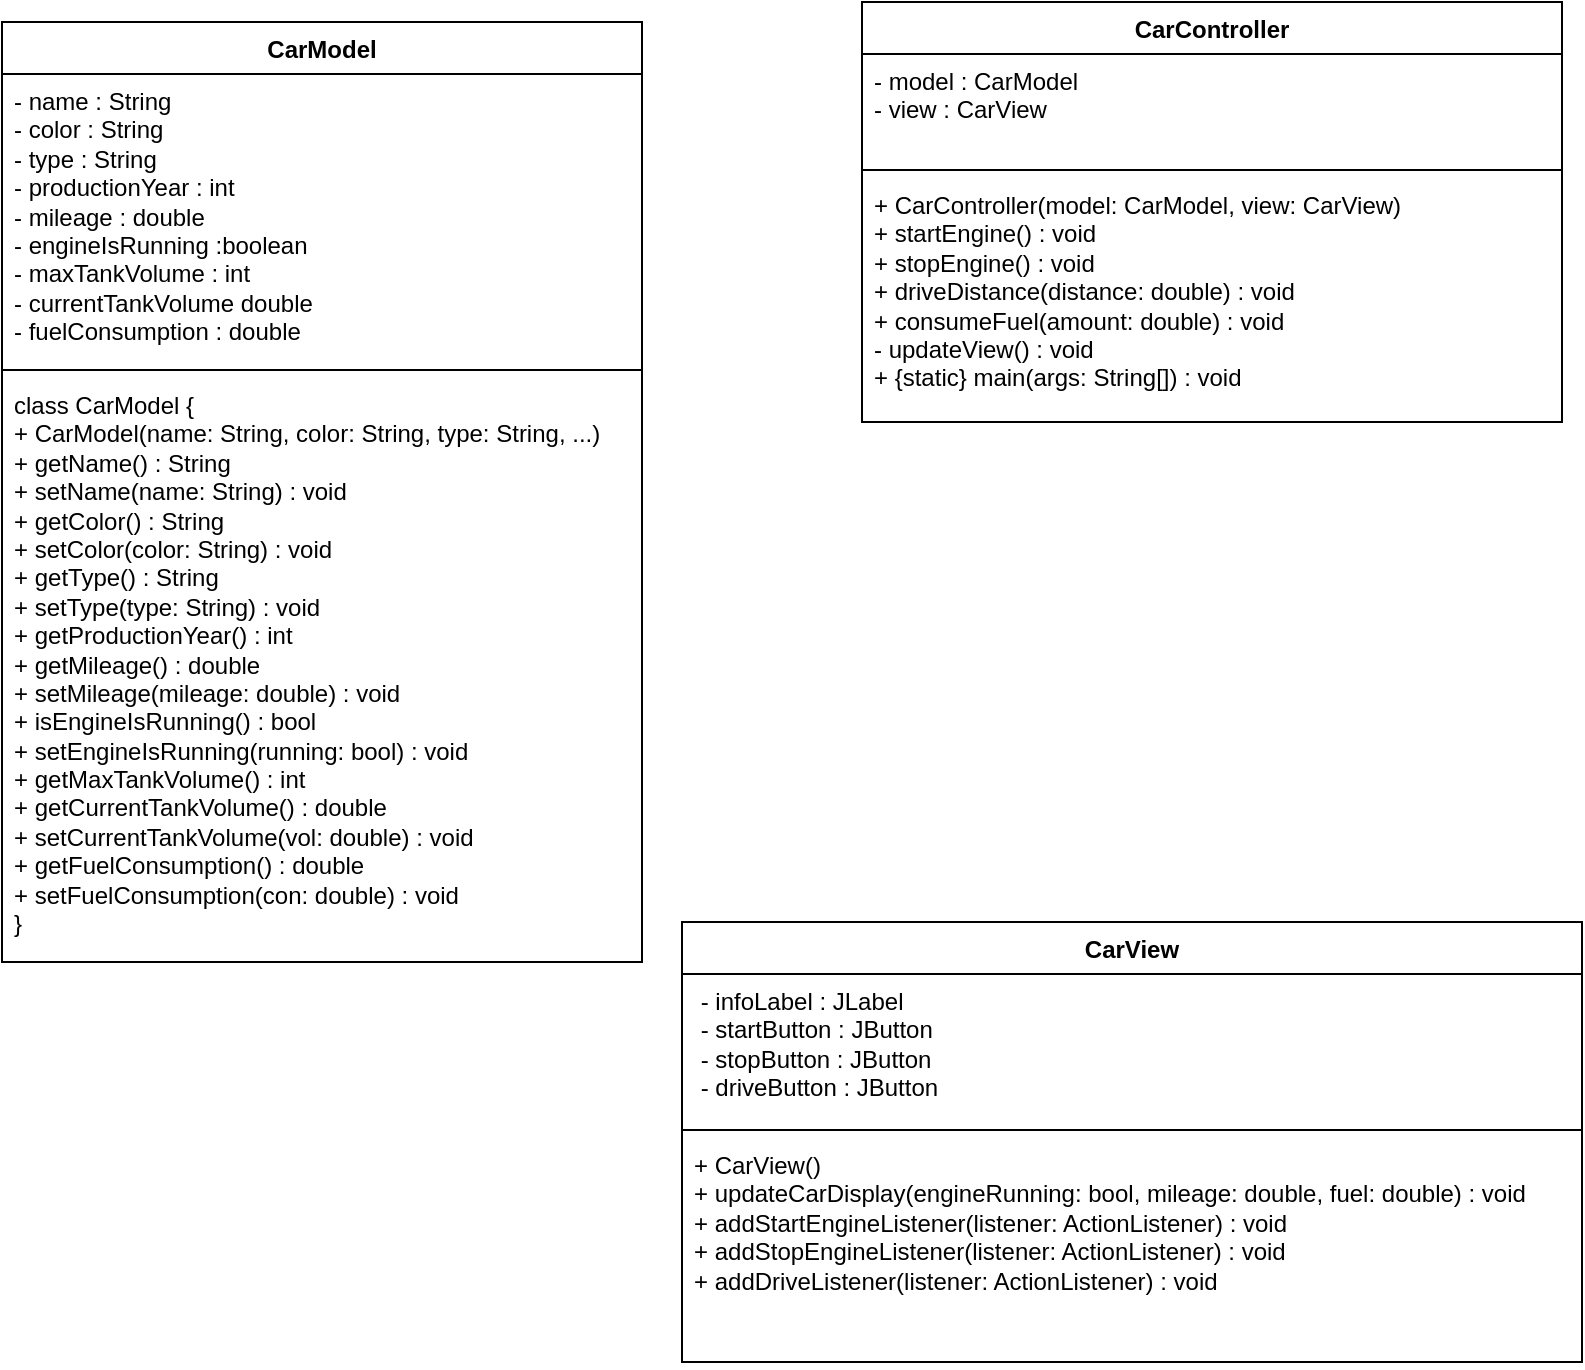
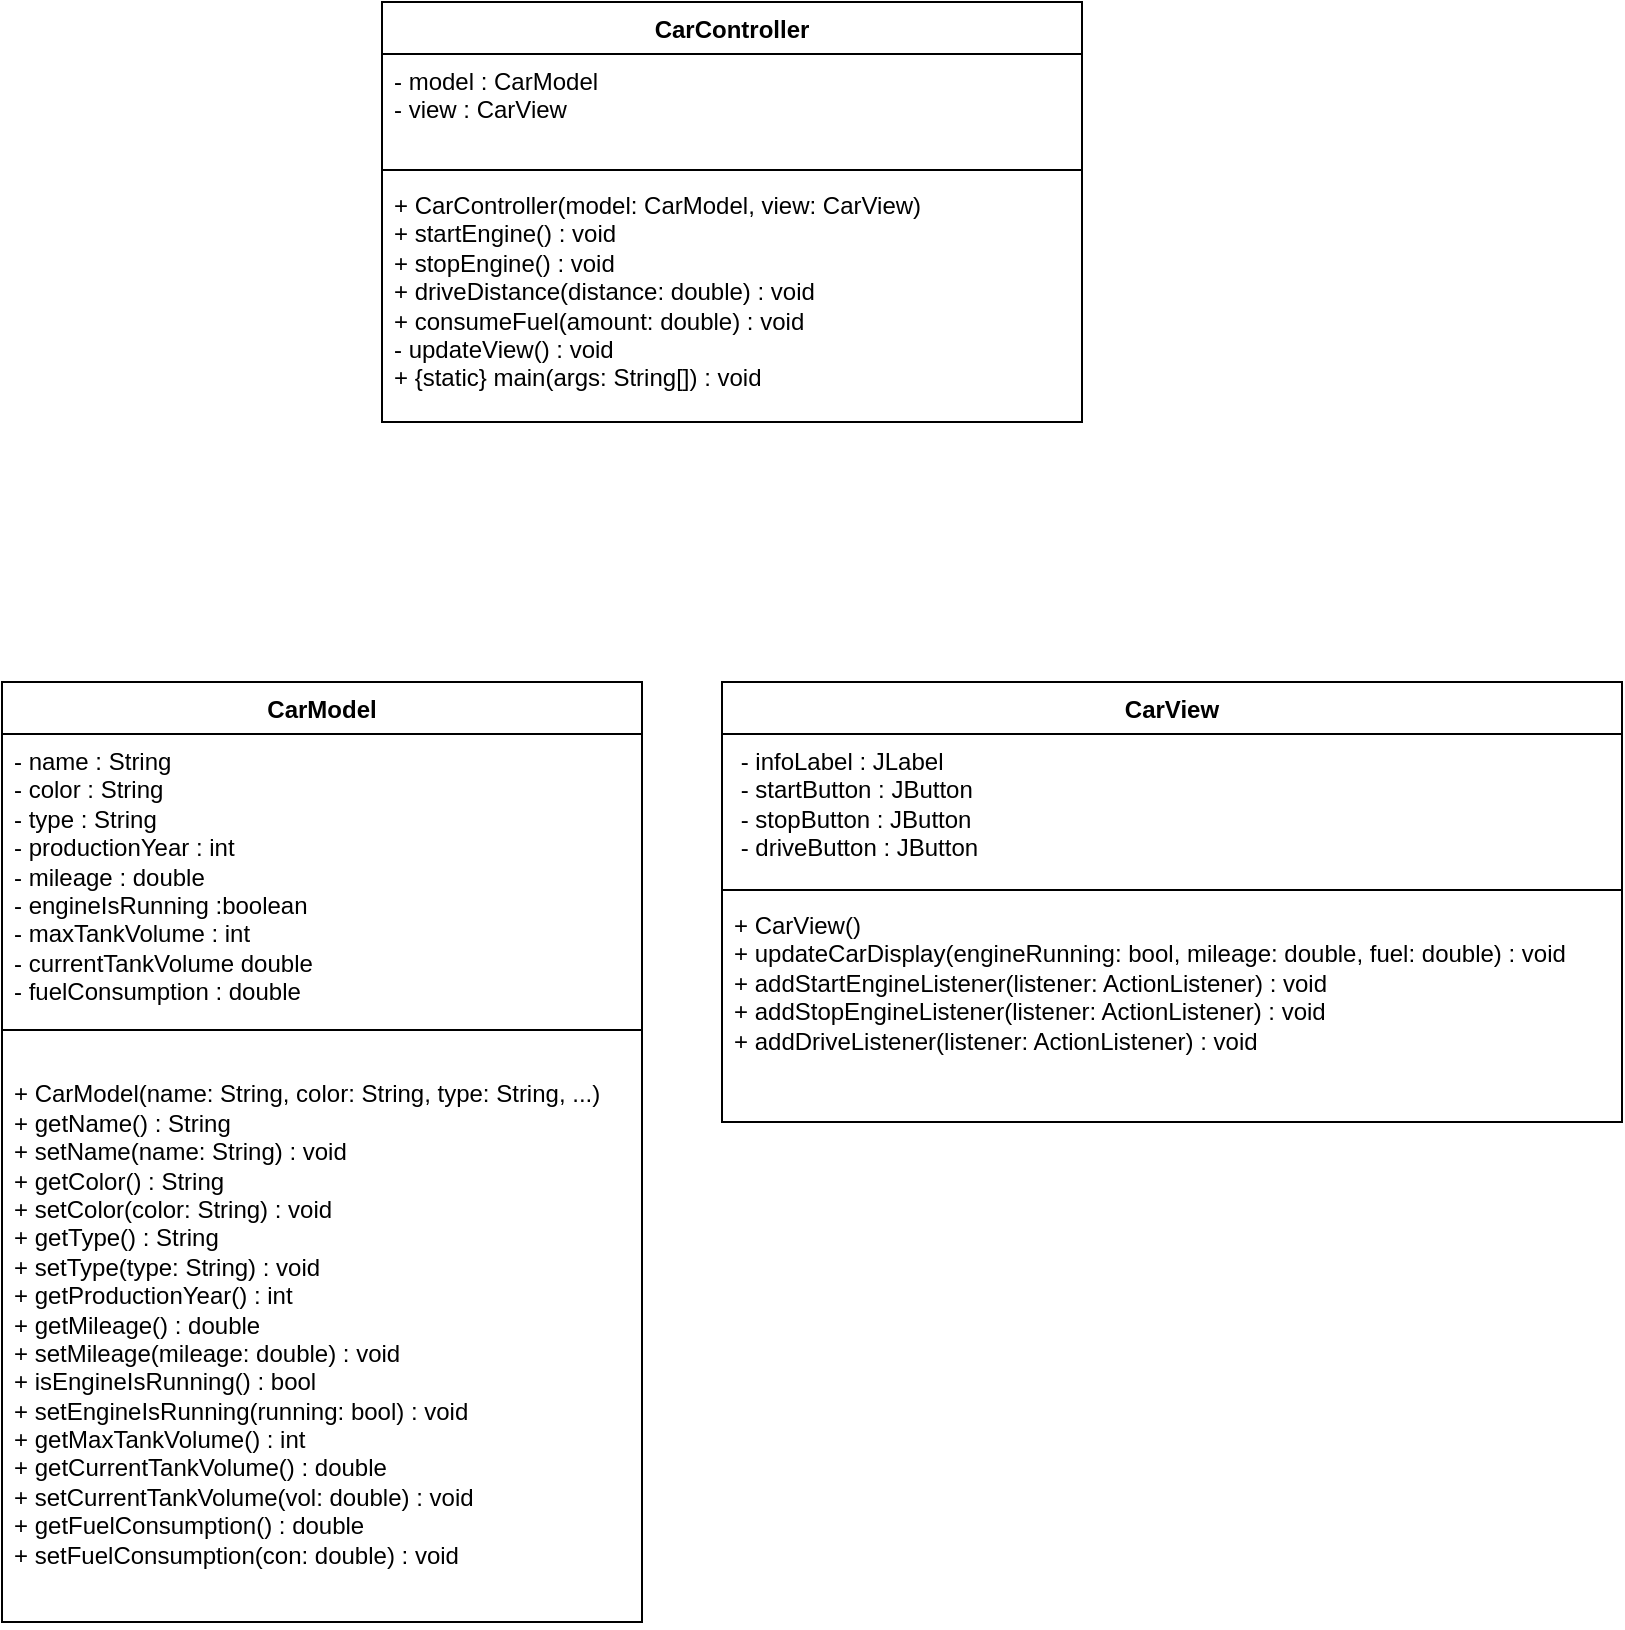
<mxfile host="65bd71144e">
    <diagram id="my_8Lq3BZul20H3SbmfF" name="Page-1">
-         <mxGraphModel dx="850" dy="803" grid="1" gridSize="10" guides="1" tooltips="1" connect="1" arrows="1" fold="1" page="1" pageScale="1" pageWidth="850" pageHeight="1100" math="0" shadow="0">
+         <mxGraphModel dx="1700" dy="1606" grid="1" gridSize="10" guides="1" tooltips="1" connect="1" arrows="1" fold="1" page="1" pageScale="1" pageWidth="850" pageHeight="1100" math="0" shadow="0">
            <root>
                <mxCell id="0"/>
                <mxCell id="1" parent="0"/>
                <mxCell id="26" value="CarModel" style="swimlane;fontStyle=1;align=center;verticalAlign=top;childLayout=stackLayout;horizontal=1;startSize=26;horizontalStack=0;resizeParent=1;resizeParentMax=0;resizeLast=0;collapsible=1;marginBottom=0;whiteSpace=wrap;html=1;" parent="1" vertex="1">
-                     <mxGeometry x="50" y="130" width="320" height="470" as="geometry"/>
+                     <mxGeometry x="10" y="360" width="320" height="470" as="geometry"/>
                </mxCell>
                <mxCell id="27" value="- name : String&lt;br&gt;- color : String&lt;div&gt;- type : String&lt;br&gt;- productionYear : int&amp;nbsp;&lt;br&gt;- mileage : double&amp;nbsp; &lt;br&gt;- engineIsRunning :boolean &lt;br&gt;- maxTankVolume : int&amp;nbsp;&lt;br&gt;- currentTankVolume double &lt;br&gt;- fuelConsumption : double&lt;/div&gt;" style="text;strokeColor=none;fillColor=none;align=left;verticalAlign=top;spacingLeft=4;spacingRight=4;overflow=hidden;rotatable=0;points=[[0,0.5],[1,0.5]];portConstraint=eastwest;whiteSpace=wrap;html=1;" parent="26" vertex="1">
                    <mxGeometry y="26" width="320" height="144" as="geometry"/>
                </mxCell>
                <mxCell id="28" value="" style="line;strokeWidth=1;fillColor=none;align=left;verticalAlign=middle;spacingTop=-1;spacingLeft=3;spacingRight=3;rotatable=0;labelPosition=right;points=[];portConstraint=eastwest;strokeColor=inherit;" parent="26" vertex="1">
                    <mxGeometry y="170" width="320" height="8" as="geometry"/>
                </mxCell>
-                 <mxCell id="29" value="class CarModel {&lt;br/&gt;    + CarModel(name: String, color: String, type: String, ...)&lt;br/&gt;    + getName() : String&lt;br/&gt;    + setName(name: String) : void&lt;br/&gt;    + getColor() : String&lt;br/&gt;    + setColor(color: String) : void&lt;br/&gt;    + getType() : String&lt;br/&gt;    + setType(type: String) : void&lt;br/&gt;    + getProductionYear() : int&lt;br/&gt;    + getMileage() : double&lt;br/&gt;    + setMileage(mileage: double) : void&lt;br/&gt;    + isEngineIsRunning() : bool&lt;br/&gt;    + setEngineIsRunning(running: bool) : void&lt;br/&gt;    + getMaxTankVolume() : int&lt;br/&gt;    + getCurrentTankVolume() : double&lt;br/&gt;    + setCurrentTankVolume(vol: double) : void&lt;br/&gt;    + getFuelConsumption() : double&lt;br/&gt;    + setFuelConsumption(con: double) : void&lt;br/&gt;}" style="text;strokeColor=none;fillColor=none;align=left;verticalAlign=top;spacingLeft=4;spacingRight=4;overflow=hidden;rotatable=0;points=[[0,0.5],[1,0.5]];portConstraint=eastwest;whiteSpace=wrap;html=1;" parent="26" vertex="1">
+                 <mxCell id="29" value="&lt;br&gt;    + CarModel(name: String, color: String, type: String, ...)&lt;br&gt;    + getName() : String&lt;br&gt;    + setName(name: String) : void&lt;br&gt;    + getColor() : String&lt;br&gt;    + setColor(color: String) : void&lt;br&gt;    + getType() : String&lt;br&gt;    + setType(type: String) : void&lt;br&gt;    + getProductionYear() : int&lt;br&gt;    + getMileage() : double&lt;br&gt;    + setMileage(mileage: double) : void&lt;br&gt;    + isEngineIsRunning() : bool&lt;br&gt;    + setEngineIsRunning(running: bool) : void&lt;br&gt;    + getMaxTankVolume() : int&lt;br&gt;    + getCurrentTankVolume() : double&lt;br&gt;    + setCurrentTankVolume(vol: double) : void&lt;br&gt;    + getFuelConsumption() : double&lt;br&gt;    + setFuelConsumption(con: double) : void&lt;div&gt;&lt;br/&gt;&lt;/div&gt;" style="text;strokeColor=none;fillColor=none;align=left;verticalAlign=top;spacingLeft=4;spacingRight=4;overflow=hidden;rotatable=0;points=[[0,0.5],[1,0.5]];portConstraint=eastwest;whiteSpace=wrap;html=1;" parent="26" vertex="1">
                    <mxGeometry y="178" width="320" height="292" as="geometry"/>
                </mxCell>
                <mxCell id="30" value="CarController" style="swimlane;fontStyle=1;align=center;verticalAlign=top;childLayout=stackLayout;horizontal=1;startSize=26;horizontalStack=0;resizeParent=1;resizeParentMax=0;resizeLast=0;collapsible=1;marginBottom=0;whiteSpace=wrap;html=1;" parent="1" vertex="1">
-                     <mxGeometry x="480" y="120" width="350" height="210" as="geometry"/>
+                     <mxGeometry x="200" y="20" width="350" height="210" as="geometry"/>
                </mxCell>
                <mxCell id="31" value="- model : CarModel&lt;br&gt;- view : CarView" style="text;strokeColor=none;fillColor=none;align=left;verticalAlign=top;spacingLeft=4;spacingRight=4;overflow=hidden;rotatable=0;points=[[0,0.5],[1,0.5]];portConstraint=eastwest;whiteSpace=wrap;html=1;" parent="30" vertex="1">
                    <mxGeometry y="26" width="350" height="54" as="geometry"/>
                </mxCell>
                <mxCell id="32" value="" style="line;strokeWidth=1;fillColor=none;align=left;verticalAlign=middle;spacingTop=-1;spacingLeft=3;spacingRight=3;rotatable=0;labelPosition=right;points=[];portConstraint=eastwest;strokeColor=inherit;" parent="30" vertex="1">
                    <mxGeometry y="80" width="350" height="8" as="geometry"/>
                </mxCell>
                <mxCell id="33" value="+ CarController(model: CarModel, view: CarView)&lt;br&gt;+ startEngine() : void&lt;br&gt;+ stopEngine() : void&lt;br&gt;+ driveDistance(distance: double) : void&lt;br&gt;+ consumeFuel(amount: double) : void&lt;br&gt;- updateView() : void&lt;br&gt;+ {static} main(args: String[]) : void&lt;br&gt;&lt;br&gt;&lt;div&gt;&lt;br&gt;&lt;/div&gt;" style="text;strokeColor=none;fillColor=none;align=left;verticalAlign=top;spacingLeft=4;spacingRight=4;overflow=hidden;rotatable=0;points=[[0,0.5],[1,0.5]];portConstraint=eastwest;whiteSpace=wrap;html=1;" parent="30" vertex="1">
                    <mxGeometry y="88" width="350" height="122" as="geometry"/>
                </mxCell>
                <mxCell id="36" value="CarView" style="swimlane;fontStyle=1;align=center;verticalAlign=top;childLayout=stackLayout;horizontal=1;startSize=26;horizontalStack=0;resizeParent=1;resizeParentMax=0;resizeLast=0;collapsible=1;marginBottom=0;whiteSpace=wrap;html=1;" vertex="1" parent="1">
-                     <mxGeometry x="390" y="580" width="450" height="220" as="geometry"/>
+                     <mxGeometry x="370" y="360" width="450" height="220" as="geometry"/>
                </mxCell>
                <mxCell id="37" value="&amp;nbsp;- infoLabel : JLabel&lt;br&gt;&amp;nbsp;- startButton : JButton&lt;br&gt;&amp;nbsp;- stopButton : JButton&lt;br&gt;&amp;nbsp;- driveButton : JButton" style="text;strokeColor=none;fillColor=none;align=left;verticalAlign=top;spacingLeft=4;spacingRight=4;overflow=hidden;rotatable=0;points=[[0,0.5],[1,0.5]];portConstraint=eastwest;whiteSpace=wrap;html=1;" vertex="1" parent="36">
                    <mxGeometry y="26" width="450" height="74" as="geometry"/>
                </mxCell>
                <mxCell id="38" value="" style="line;strokeWidth=1;fillColor=none;align=left;verticalAlign=middle;spacingTop=-1;spacingLeft=3;spacingRight=3;rotatable=0;labelPosition=right;points=[];portConstraint=eastwest;strokeColor=inherit;" vertex="1" parent="36">
                    <mxGeometry y="100" width="450" height="8" as="geometry"/>
                </mxCell>
                <mxCell id="39" value="+ CarView()&lt;br&gt;+ updateCarDisplay(engineRunning: bool, mileage: double, fuel: double) : void&lt;br&gt;    + addStartEngineListener(listener: ActionListener) : void&lt;br&gt;    + addStopEngineListener(listener: ActionListener) : void&lt;br&gt;    + addDriveListener(listener: ActionListener) : void" style="text;strokeColor=none;fillColor=none;align=left;verticalAlign=top;spacingLeft=4;spacingRight=4;overflow=hidden;rotatable=0;points=[[0,0.5],[1,0.5]];portConstraint=eastwest;whiteSpace=wrap;html=1;" vertex="1" parent="36">
                    <mxGeometry y="108" width="450" height="112" as="geometry"/>
                </mxCell>
            </root>
        </mxGraphModel>
    </diagram>
</mxfile>